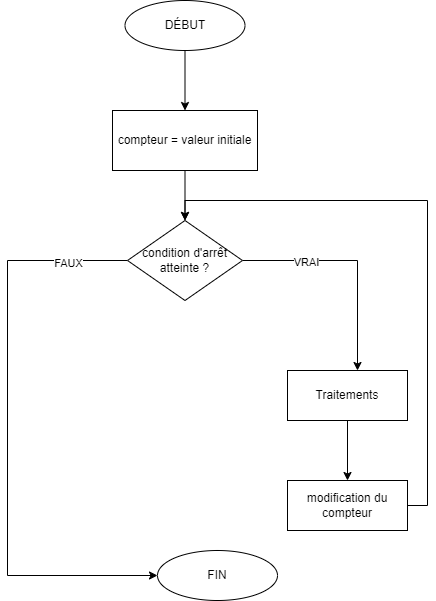
Earlier version of the draw.io export content/semaine5/ordino-boucle-FOR.png (420SN1RE/A24). Source tidied: cells renumbered, new cells last; positions are measured from the earlier drawing's top-left corner, leaving out a move shared by most shapes.
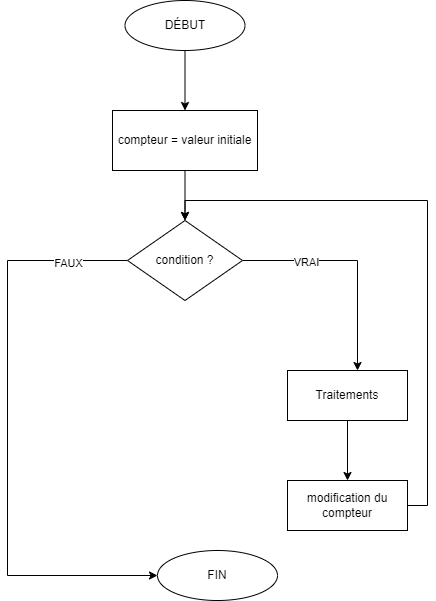
Later version of the same file.

What changed in the source:
```diff
@@ -32,7 +32,7 @@
     <mxCell id="8" value="FAUX" style="edgeLabel;html=1;align=center;verticalAlign=middle;" parent="7" vertex="1">
       <mxGeometry x="-0.79" y="2" relative="1" as="geometry" />
     </mxCell>
-    <mxCell id="9" value="condition d'arrêt atteinte ?" style="rhombus;whiteSpace=wrap;html=1;" parent="1" vertex="1">
+    <mxCell id="9" value="condition ?" style="rhombus;whiteSpace=wrap;html=1;" parent="1" vertex="1">
       <mxGeometry x="120" y="220" width="115" height="80" as="geometry" />
     </mxCell>
     <mxCell id="10" style="edgeStyle=orthogonalEdgeStyle;rounded=0;jettySize=auto;html=1;exitX=0.5;exitY=1;exitDx=0;exitDy=0;" parent="1" edge="1" source="11" target="13">
```
